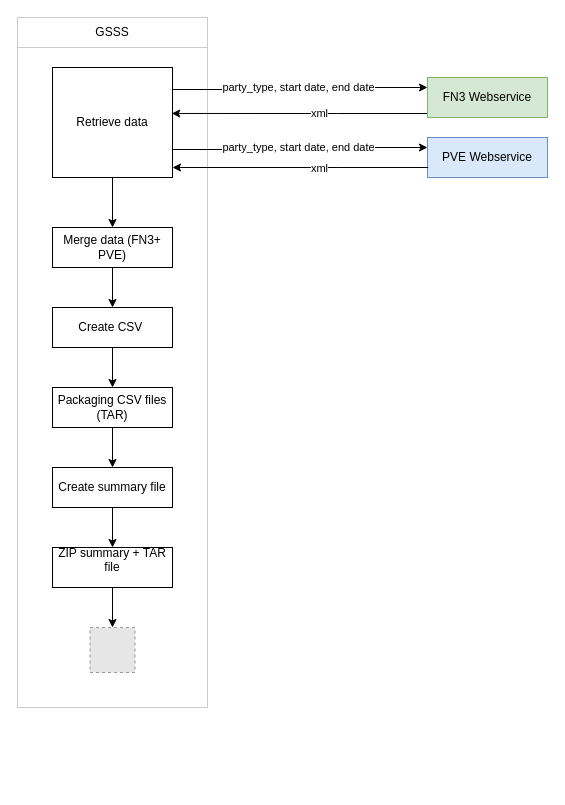
This is GSSS - KT.drawio from phatcharalaw/my-doc, a draw.io file, before an edit. Source tidied: cells renumbered, new cells numbered last; positions are measured from the earlier drawing's top-left corner, leaving out a move shared by most shapes. Both pictures are drawn from the tidied source at 100%, with x=0, y=0 at pixel (17, 17). Pictures stored in the file or linked from it are replaced by grey dashed boxes.
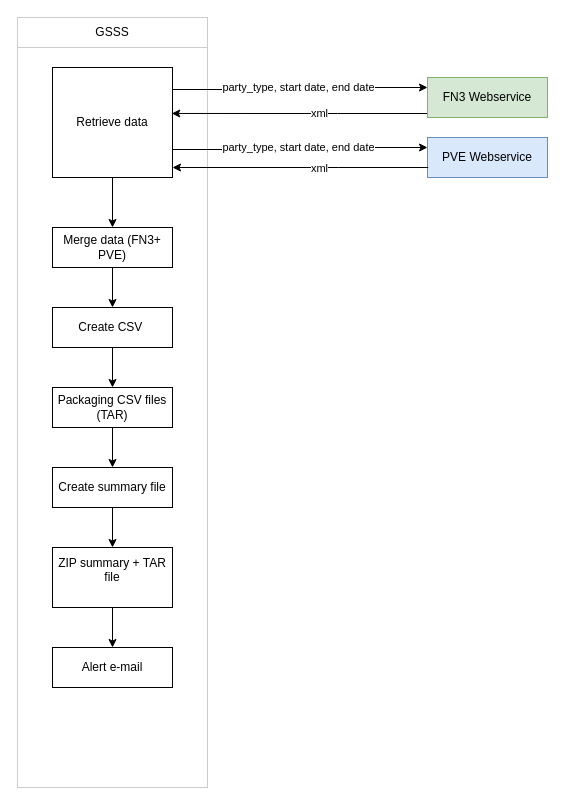
The same page after the edit.

Diff of the diagram source:
```diff
@@
     <mxCell id="3" style="rounded=0;whiteSpace=wrap;html=1;strokeColor=#CCCCCC;" parent="1" vertex="1">
-      <mxGeometry y="30" width="190" height="660" as="geometry" />
+      <mxGeometry y="30" width="190" height="740" as="geometry" />
     </mxCell>
@@
-    <mxCell id="24" style="edgeStyle=orthogonalEdgeStyle;rounded=0;jettySize=auto;html=1;entryX=0.5;entryY=0;entryDx=0;entryDy=0;endArrow=classic;endFill=1;" parent="1" edge="1" source="25" target="26">
-      <mxGeometry relative="1" as="geometry" />
-    </mxCell>
+    <mxCell id="27" style="edgeStyle=orthogonalEdgeStyle;rounded=0;jettySize=auto;html=1;entryX=0.5;entryY=0;entryDx=0;entryDy=0;endArrow=classic;endFill=1;" parent="1" edge="1" source="25" target="28">
+      <mxGeometry relative="1" as="geometry" />
+    </mxCell>
     <mxCell id="25" value="ZIP summary + TAR file&lt;br&gt;&amp;nbsp;" style="rounded=0;whiteSpace=wrap;html=1;align=center;" parent="1" vertex="1">
-      <mxGeometry x="35" y="530" width="120" height="40" as="geometry" />
+      <mxGeometry x="35" y="530" width="120" height="60" as="geometry" />
     </mxCell>
-    <mxCell id="26" style="fillColor=#E6E6E6;strokeColor=#999999;dashed=1;html=1;verticalAlign=top;verticalLabelPosition=bottom;labelBackgroundColor=#ffffff;align=center;" parent="1" vertex="1">
-      <mxGeometry x="72.5" y="610" width="45" height="45" as="geometry" />
-    </mxCell>
+    <mxCell id="28" value="Alert e-mail" style="rounded=0;whiteSpace=wrap;html=1;align=center;" parent="1" vertex="1">
+      <mxGeometry x="35" y="630" width="120" height="40" as="geometry" />
+    </mxCell>
```
